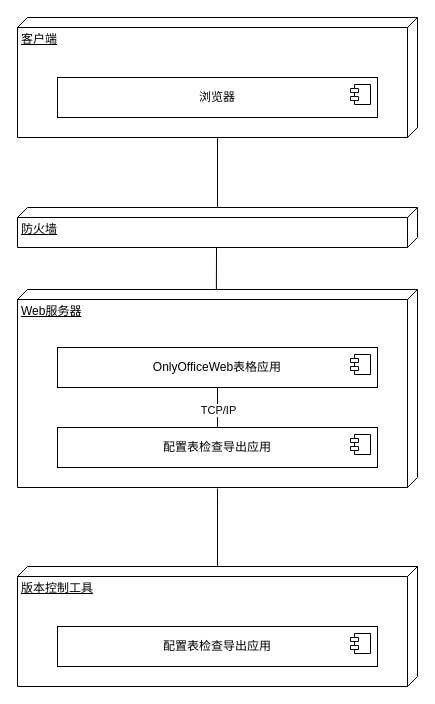
dong50252409/drawio keeps this draw.io diagram as 一种基于WEB表格支持协同配置校验数据的方法/未命名绘图.drawio. Above is the earlier version. Source tidied: cells renumbered, new cells numbered last; positions are measured from the earlier drawing's top-left corner, leaving out a move shared by most shapes. Both pictures are drawn from the tidied source at 100%, with x=0, y=0 at pixel (17, 17).
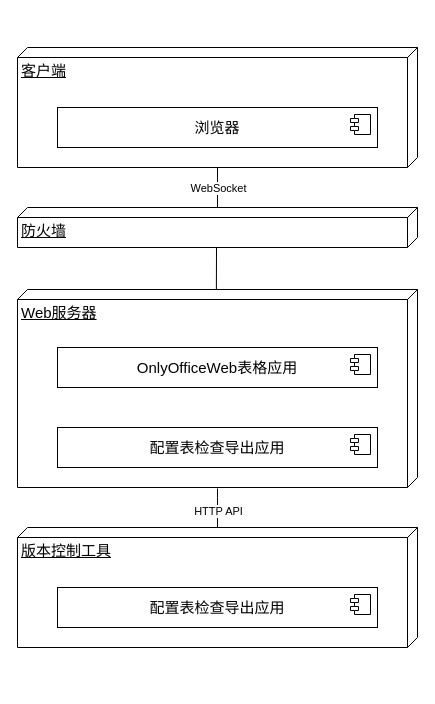
The same page after the edit.

Commit message (it also covers changes not shown here):
更新未命名绘图.drawio

The edit, as a diff of the source:
```diff
@@
-    <mxCell id="2" style="rounded=0;jettySize=auto;html=1;entryX=0.258;entryY=0.5;entryDx=0;entryDy=0;entryPerimeter=0;" parent="1" edge="1" target="14">
+    <mxCell id="2" style="rounded=0;jettySize=auto;html=1;entryX=0.258;entryY=0.5;entryDx=0;entryDy=0;entryPerimeter=0;fontSize=15;" parent="1" edge="1" target="14">
       <mxGeometry relative="1" as="geometry">
         <mxPoint x="200" y="471" as="sourcePoint" />
         <Array as="points">
           <mxPoint x="200" y="480" />
         </Array>
       </mxGeometry>
     </mxCell>
+    <mxCell id="19" value="HTTP API" style="edgeLabel;html=1;align=center;verticalAlign=middle;" parent="2" vertex="1">
+      <mxGeometry x="-0.37" relative="1" as="geometry" />
+    </mxCell>
-    <mxCell id="3" style="rounded=0;orthogonalLoop=1;jettySize=auto;html=1;exitX=0;exitY=0;exitDx=40;exitDy=205;exitPerimeter=0;entryX=0.141;entryY=0.513;entryDx=0;entryDy=0;entryPerimeter=0;" parent="1" edge="1">
+    <mxCell id="3" style="rounded=0;orthogonalLoop=1;jettySize=auto;html=1;exitX=0;exitY=0;exitDx=40;exitDy=205;exitPerimeter=0;entryX=0.141;entryY=0.513;entryDx=0;entryDy=0;entryPerimeter=0;fontSize=15;" parent="1" edge="1">
       <mxGeometry relative="1" as="geometry">
         <mxPoint x="199" y="230" as="sourcePoint" />
         <mxPoint x="198.8" y="299.9" as="targetPoint" />
       </mxGeometry>
     </mxCell>
-    <mxCell id="4" value="Web服务器" style="verticalAlign=top;align=left;spacingTop=8;spacingLeft=2;spacingRight=12;shape=cube;size=10;direction=south;fontStyle=4;html=1;whiteSpace=wrap;" parent="1" vertex="1">
+    <mxCell id="4" value="Web服务器" style="verticalAlign=top;align=left;spacingTop=8;spacingLeft=2;spacingRight=12;shape=cube;size=10;direction=south;fontStyle=4;html=1;whiteSpace=wrap;fontSize=15;" parent="1" vertex="1">
       <mxGeometry y="272" width="400" height="198" as="geometry" />
     </mxCell>
-    <mxCell id="5" style="edgeStyle=orthogonalEdgeStyle;rounded=0;jettySize=auto;html=1;" parent="1" edge="1" source="6" target="12">
+    <mxCell id="5" style="edgeStyle=orthogonalEdgeStyle;rounded=0;jettySize=auto;html=1;fontSize=15;" parent="1" edge="1" source="6" target="12">
       <mxGeometry relative="1" as="geometry" />
     </mxCell>
+    <mxCell id="20" value="WebSocket" style="edgeLabel;html=1;align=center;verticalAlign=middle;" parent="5" vertex="1">
+      <mxGeometry x="-0.33" relative="1" as="geometry" />
+    </mxCell>
-    <mxCell id="6" value="防火墙" style="verticalAlign=top;align=left;spacingTop=8;spacingLeft=2;spacingRight=12;shape=cube;size=10;direction=south;fontStyle=4;html=1;whiteSpace=wrap;" parent="1" vertex="1">
+    <mxCell id="6" value="防火墙" style="verticalAlign=top;align=left;spacingTop=8;spacingLeft=2;spacingRight=12;shape=cube;size=10;direction=south;fontStyle=4;html=1;whiteSpace=wrap;fontSize=15;" parent="1" vertex="1">
       <mxGeometry y="190" width="400" height="40" as="geometry" />
     </mxCell>
-    <mxCell id="7" value="OnlyOfficeWeb表格应用" style="html=1;whiteSpace=wrap;" parent="1" vertex="1">
+    <mxCell id="7" value="OnlyOfficeWeb表格应用" style="html=1;whiteSpace=wrap;fontSize=15;" parent="1" vertex="1">
       <mxGeometry x="40" y="330" width="320" height="40" as="geometry" />
     </mxCell>
-    <mxCell id="8" style="shape=module;jettyWidth=8;jettyHeight=4;" parent="7" vertex="1">
+    <mxCell id="8" style="shape=module;jettyWidth=8;jettyHeight=4;fontSize=15;" parent="7" vertex="1">
       <mxGeometry x="1" width="20" height="20" relative="1" as="geometry">
         <mxPoint x="-27" y="7" as="offset" />
       </mxGeometry>
     </mxCell>
-    <mxCell id="9" value="客户端" style="verticalAlign=top;align=left;spacingTop=8;spacingLeft=2;spacingRight=12;shape=cube;size=10;direction=south;fontStyle=4;html=1;whiteSpace=wrap;" parent="1" vertex="1">
-      <mxGeometry width="400" height="120" as="geometry" />
+    <mxCell id="9" value="客户端" style="verticalAlign=top;align=left;spacingTop=8;spacingLeft=2;spacingRight=12;shape=cube;size=10;direction=south;fontStyle=4;html=1;whiteSpace=wrap;fontSize=15;" parent="1" vertex="1">
+      <mxGeometry y="30" width="400" height="120" as="geometry" />
     </mxCell>
-    <mxCell id="10" style="edgeStyle=orthogonalEdgeStyle;rounded=0;jettySize=auto;html=1;exitX=0.5;exitY=1;exitDx=0;exitDy=0;entryX=0.5;entryY=0.5;entryDx=0;entryDy=0;entryPerimeter=0;" parent="1" edge="1" source="7" target="17">
-      <mxGeometry relative="1" as="geometry" />
-    </mxCell>
-    <mxCell id="11" value="TCP/IP" style="edgeLabel;html=1;align=center;verticalAlign=middle;" parent="10" vertex="1">
-      <mxGeometry x="-0.27" relative="1" as="geometry" />
-    </mxCell>
-    <mxCell id="12" value="浏览器" style="html=1;whiteSpace=wrap;" parent="1" vertex="1">
-      <mxGeometry x="40" y="60" width="320" height="40" as="geometry" />
+    <mxCell id="12" value="浏览器" style="html=1;whiteSpace=wrap;fontSize=15;" parent="1" vertex="1">
+      <mxGeometry x="40" y="90" width="320" height="40" as="geometry" />
     </mxCell>
-    <mxCell id="13" style="shape=module;jettyWidth=8;jettyHeight=4;" parent="12" vertex="1">
+    <mxCell id="13" style="shape=module;jettyWidth=8;jettyHeight=4;fontSize=15;" parent="12" vertex="1">
       <mxGeometry x="1" width="20" height="20" relative="1" as="geometry">
         <mxPoint x="-27" y="7" as="offset" />
       </mxGeometry>
     </mxCell>
-    <mxCell id="14" value="版本控制工具" style="verticalAlign=top;align=left;spacingTop=8;spacingLeft=2;spacingRight=12;shape=cube;size=10;direction=south;fontStyle=4;html=1;whiteSpace=wrap;" parent="1" vertex="1">
-      <mxGeometry y="549" width="400" height="120" as="geometry" />
+    <mxCell id="14" value="版本控制工具" style="verticalAlign=top;align=left;spacingTop=8;spacingLeft=2;spacingRight=12;shape=cube;size=10;direction=south;fontStyle=4;html=1;whiteSpace=wrap;fontSize=15;" parent="1" vertex="1">
+      <mxGeometry y="510" width="400" height="120" as="geometry" />
     </mxCell>
-    <mxCell id="15" value="配置表检查导出应用" style="html=1;whiteSpace=wrap;" parent="1" vertex="1">
-      <mxGeometry x="40" y="609" width="320" height="40" as="geometry" />
+    <mxCell id="15" value="配置表检查导出应用" style="html=1;whiteSpace=wrap;fontSize=15;" parent="1" vertex="1">
+      <mxGeometry x="40" y="570" width="320" height="40" as="geometry" />
     </mxCell>
-    <mxCell id="16" style="shape=module;jettyWidth=8;jettyHeight=4;" parent="15" vertex="1">
+    <mxCell id="16" style="shape=module;jettyWidth=8;jettyHeight=4;fontSize=15;" parent="15" vertex="1">
       <mxGeometry x="1" width="20" height="20" relative="1" as="geometry">
         <mxPoint x="-27" y="7" as="offset" />
       </mxGeometry>
     </mxCell>
-    <mxCell id="17" value="配置表检查导出应用" style="html=1;whiteSpace=wrap;" parent="1" vertex="1">
+    <mxCell id="17" value="配置表检查导出应用" style="html=1;whiteSpace=wrap;fontSize=15;" parent="1" vertex="1">
       <mxGeometry x="40" y="410" width="320" height="40" as="geometry" />
     </mxCell>
-    <mxCell id="18" style="shape=module;jettyWidth=8;jettyHeight=4;" parent="17" vertex="1">
+    <mxCell id="18" style="shape=module;jettyWidth=8;jettyHeight=4;fontSize=15;" parent="17" vertex="1">
       <mxGeometry x="1" width="20" height="20" relative="1" as="geometry">
         <mxPoint x="-27" y="7" as="offset" />
       </mxGeometry>
     </mxCell>
```
